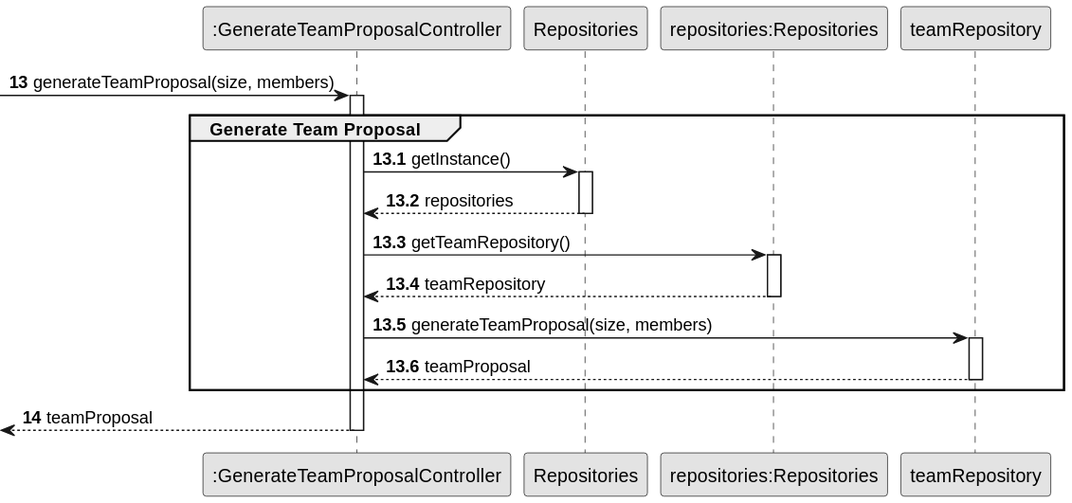
Before: docs/sprintB/us005/03.design/svg/us005-sequence-diagram-partial-generate-team-proposal.svg, a diagram exported from PlantUML (diogoveirospro/lei-24-s2-1dg-g072).
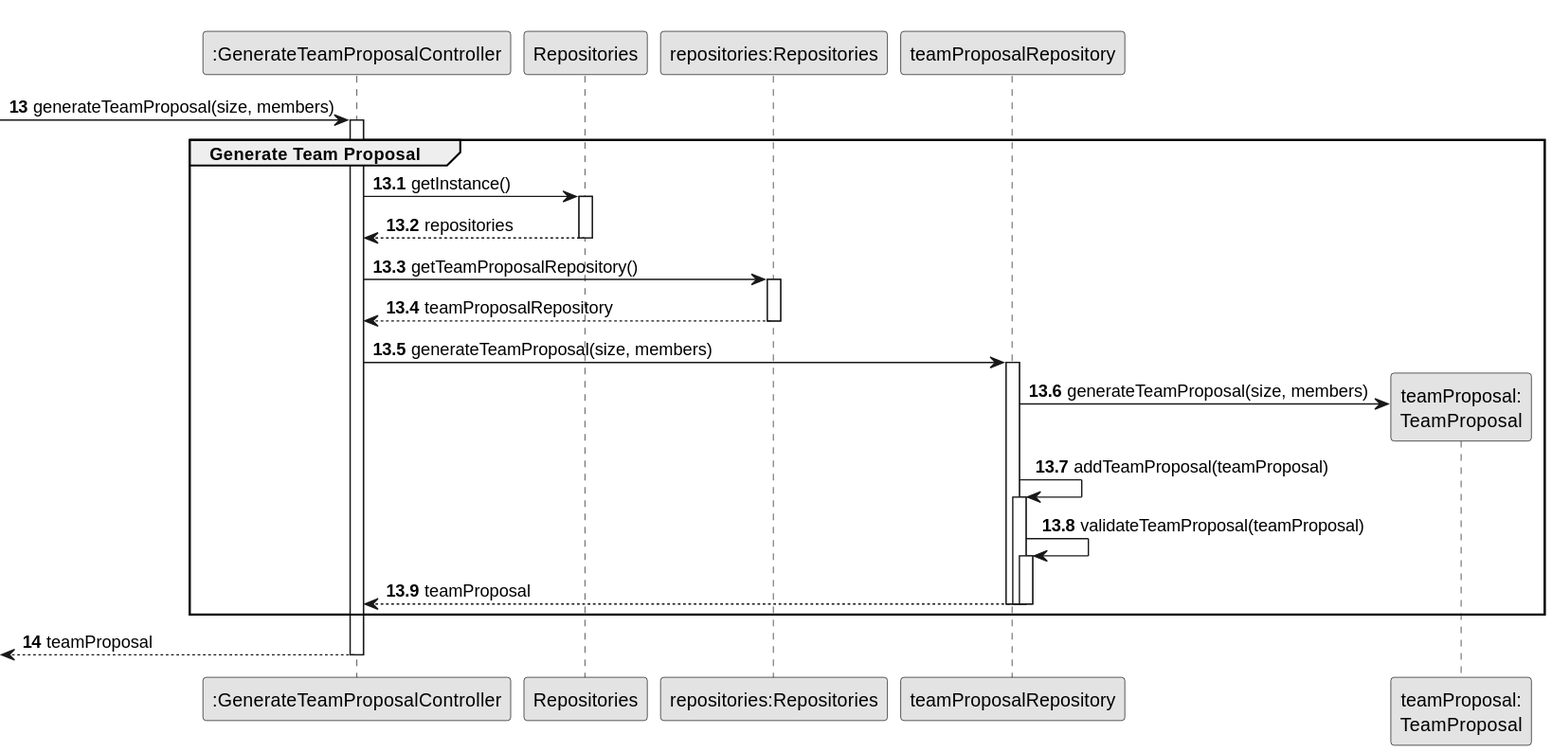
The same file after the commit.

Commit message:
US005's Sequence Diagram

The edit, as a diff of the source:
```diff
@@ -6,7 +6,8 @@
 participant ":GenerateTeamProposalController" as CTRL
 participant Repositories
 participant "repositories:Repositories" as REP
-participant "teamRepository" as TEAMREP
+participant "teamProposalRepository" as TEAMPROREP
+participant "teamProposal:\nTeamProposal" as teamProposal
 
 autonumber 13
 -> CTRL : generateTeamProposal(size, members)
@@ -22,17 +23,30 @@
             Repositories --> CTRL: repositories
         deactivate Repositories
 
-        CTRL -> REP: getTeamRepository()
+        CTRL -> REP: getTeamProposalRepository()
         activate REP
 
-            REP --> CTRL: teamRepository
+            REP --> CTRL: teamProposalRepository
         deactivate REP
 
-        CTRL -> TEAMREP: generateTeamProposal(size, members)
-        activate TEAMREP
+        CTRL -> TEAMPROREP: generateTeamProposal(size, members)
+        activate TEAMPROREP
 
-            TEAMREP --> CTRL: teamProposal
-        deactivate TEAMREP
+            TEAMPROREP -> teamProposal**: generateTeamProposal(size, members)
+
+                TEAMPROREP -> TEAMPROREP : addTeamProposal(teamProposal)
+                activate TEAMPROREP
+
+                TEAMPROREP -> TEAMPROREP : validateTeamProposal(teamProposal)
+                activate TEAMPROREP
+
+            TEAMPROREP --> CTRL: teamProposal
+
+            deactivate TEAMPROREP
+
+            deactivate TEAMPROREP
+
+        deactivate TEAMPROREP
 
     end group
 
```
